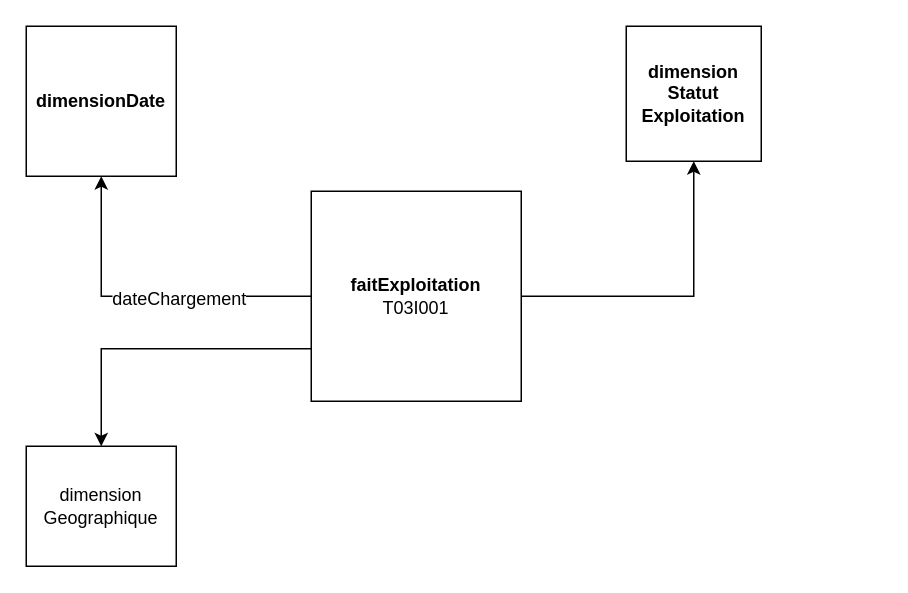
This is magasinT03.drawio from matthCarlini/model, a draw.io file, before an edit. Source tidied: cells renumbered, new cells numbered last; positions are measured from the earlier drawing's top-left corner, leaving out a move shared by most shapes. Both pictures are drawn from the tidied source at 150%, with x=0, y=0 at pixel (26, 26).
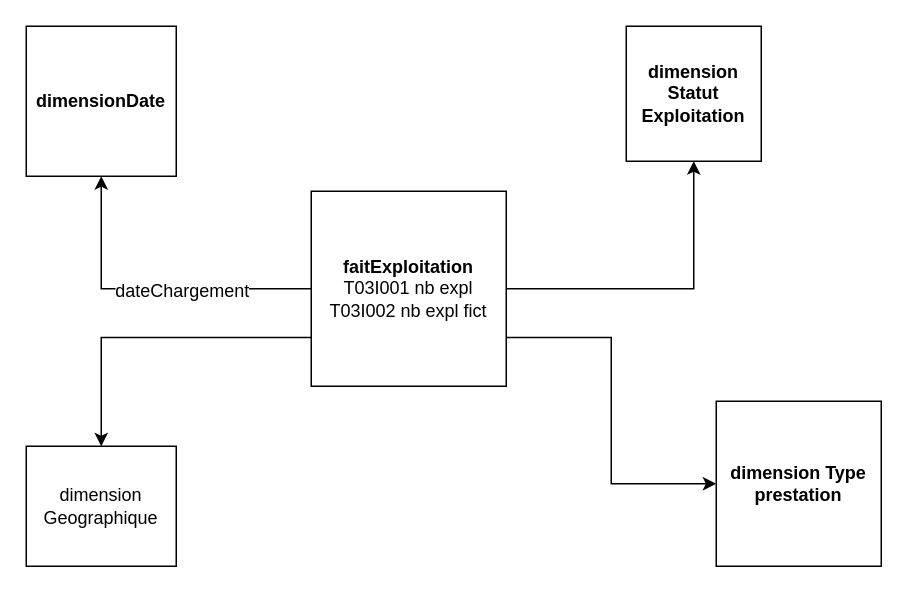
After the change.

What changed in the source:
```diff
@@
 <mxGraphModel>
   <root>
     <mxCell id="0" />
     <mxCell id="1" parent="0" />
     <mxCell id="2" style="edgeStyle=orthogonalEdgeStyle;rounded=0;jettySize=auto;html=1;exitX=0;exitY=0.5;exitDx=0;exitDy=0;entryX=0.5;entryY=1;entryDx=0;entryDy=0;" parent="1" edge="1" source="6" target="7">
       <mxGeometry relative="1" as="geometry" />
     </mxCell>
     <mxCell id="3" value="dateChargement" style="text;html=1;align=center;verticalAlign=middle;labelBackgroundColor=#ffffff;" parent="2" vertex="1">
       <mxGeometry x="-0.19" y="1" relative="1" as="geometry" />
     </mxCell>
     <mxCell id="4" style="edgeStyle=orthogonalEdgeStyle;rounded=0;jettySize=auto;html=1;exitX=1;exitY=0.5;exitDx=0;exitDy=0;entryX=0.5;entryY=1;entryDx=0;entryDy=0;" parent="1" edge="1" source="6" target="8">
       <mxGeometry relative="1" as="geometry" />
     </mxCell>
     <mxCell id="5" style="edgeStyle=orthogonalEdgeStyle;rounded=0;jettySize=auto;html=1;exitX=0;exitY=0.75;exitDx=0;exitDy=0;entryX=0.5;entryY=0;entryDx=0;entryDy=0;" parent="1" edge="1" source="6" target="9">
       <mxGeometry relative="1" as="geometry" />
     </mxCell>
+    <mxCell id="10" style="edgeStyle=orthogonalEdgeStyle;rounded=0;jettySize=auto;html=1;exitX=1;exitY=0.75;exitDx=0;exitDy=0;entryX=0;entryY=0.5;entryDx=0;entryDy=0;" parent="1" edge="1" source="6" target="11">
+      <mxGeometry relative="1" as="geometry" />
+    </mxCell>
-    <mxCell id="6" value="&lt;div&gt;&lt;b&gt;faitExploitation&lt;/b&gt;&lt;/div&gt;&lt;div&gt;T03I001&lt;br&gt;&lt;/div&gt;" style="whiteSpace=wrap;html=1;" parent="1" vertex="1">
-      <mxGeometry x="190" y="110" width="140" height="140" as="geometry" />
+    <mxCell id="6" value="&lt;div&gt;&lt;b&gt;faitExploitation&lt;/b&gt;&lt;/div&gt;&lt;div&gt;T03I001 nb expl&lt;br&gt;&lt;/div&gt;&lt;div&gt;T03I002 nb expl fict&lt;br&gt;&lt;/div&gt;" style="whiteSpace=wrap;html=1;" parent="1" vertex="1">
+      <mxGeometry x="190" y="110" width="130" height="130" as="geometry" />
     </mxCell>
     <mxCell id="7" value="&lt;b&gt;dimensionDate&lt;/b&gt;" style="whiteSpace=wrap;html=1;" parent="1" vertex="1">
       <mxGeometry width="100" height="100" as="geometry" />
     </mxCell>
     <mxCell id="8" value="&lt;div&gt;&lt;b&gt;dimension&lt;/b&gt;&lt;/div&gt;&lt;div&gt;&lt;b&gt;Statut&lt;/b&gt;&lt;/div&gt;&lt;div&gt;&lt;b&gt;Exploitation&lt;/b&gt;&lt;/div&gt;" style="whiteSpace=wrap;html=1;" parent="1" vertex="1">
       <mxGeometry x="400" width="90" height="90" as="geometry" />
     </mxCell>
     <mxCell id="9" value="&lt;div&gt;dimension&lt;/div&gt;&lt;div&gt;Geographique&lt;/div&gt;" style="rounded=0;whiteSpace=wrap;html=1;" parent="1" vertex="1">
       <mxGeometry y="280" width="100" height="80" as="geometry" />
     </mxCell>
+    <mxCell id="11" value="&lt;div&gt;&lt;b&gt;dimension Type prestation&lt;br&gt;&lt;/b&gt;&lt;/div&gt;" style="whiteSpace=wrap;html=1;" parent="1" vertex="1">
+      <mxGeometry x="460" y="250" width="110" height="110" as="geometry" />
+    </mxCell>
   </root>
 </mxGraphModel>
```
